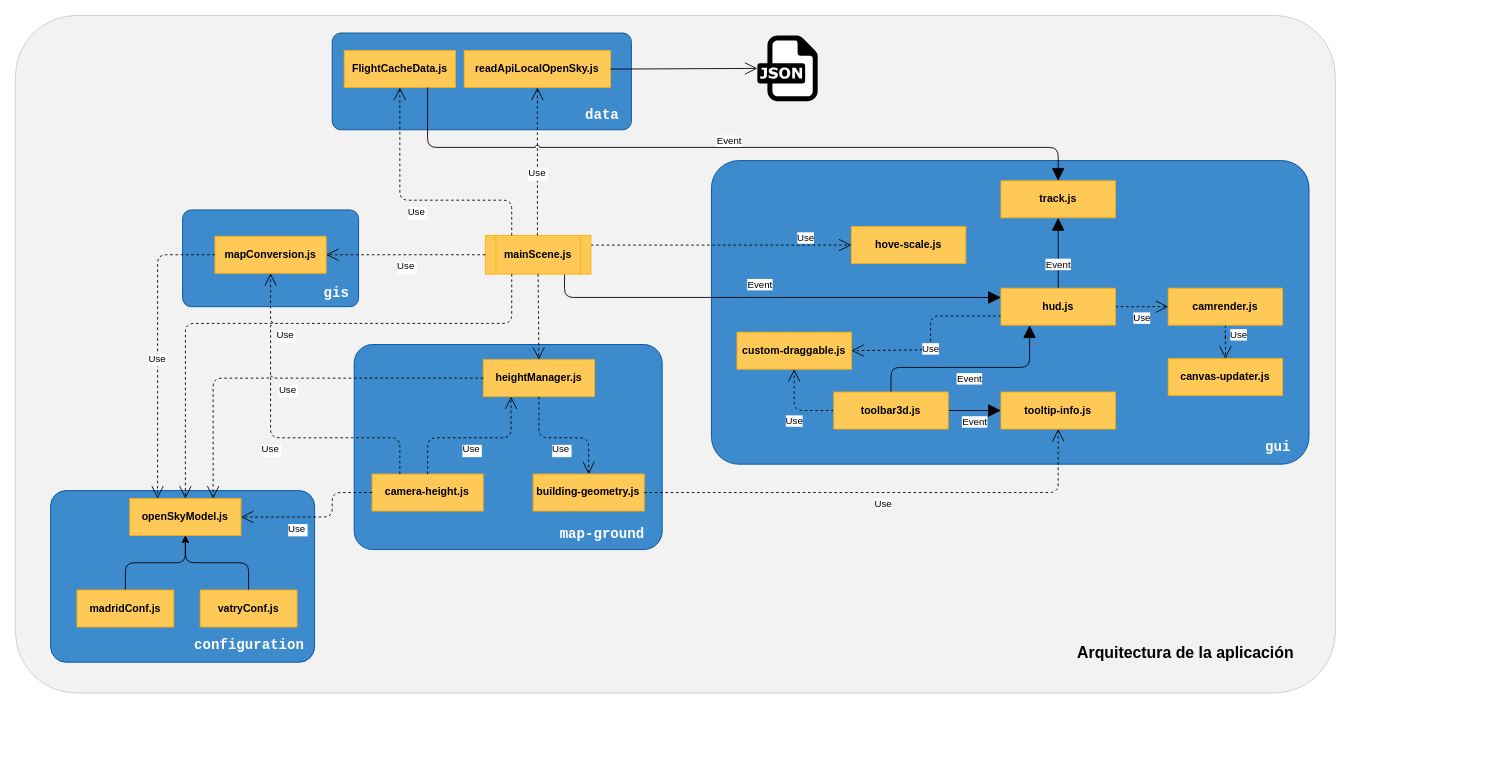
Above: diagrams/Diagrama sin título.drawio in djprano/AFrameTFG (draw.io), before the change. Source tidied: cells renumbered, new cells numbered last; positions are measured from the earlier drawing's top-left corner, leaving out a move shared by most shapes. Both pictures are drawn from the tidied source at 88%, with x=0, y=0 at pixel (15, 15).
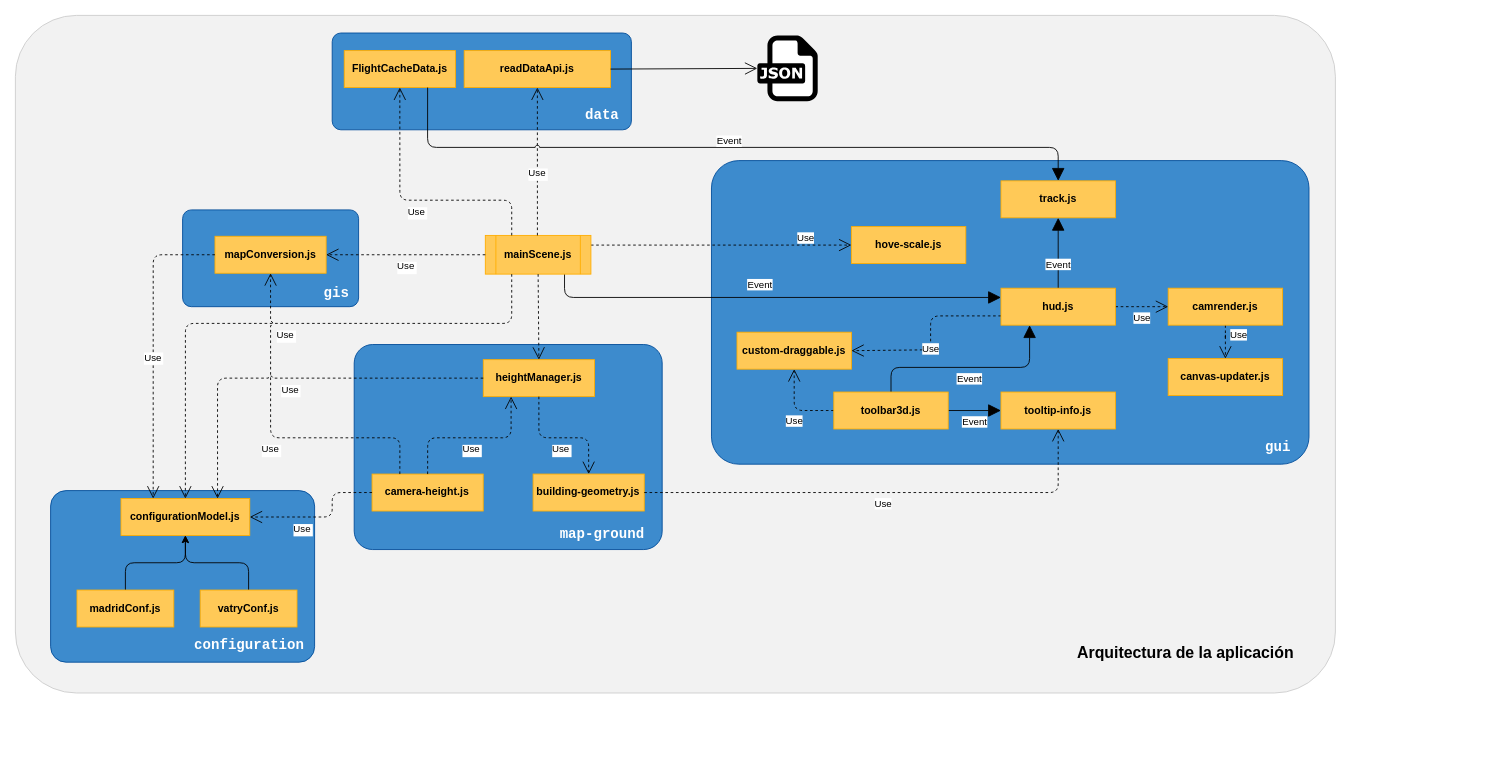
The same diagram, later.

Unchanged cells that the change refers to:
```xml
<mxCell id="10" style="group;" parent="1" vertex="1">
  <mxGeometry x="360" y="20" width="340" height="220" as="geometry" />
</mxCell>
<mxCell id="24" value="mapConversion.js" style="whiteSpace=wrap;html=1;align=center;fillColor=#FFC957;strokeColor=#FFAD00;fontStyle=1;" parent="21" vertex="1">
  <mxGeometry x="36.8" y="30" width="126.3" height="42" as="geometry" />
</mxCell>
<mxCell id="30" value="heightManager.js" style="whiteSpace=wrap;html=1;align=center;fillColor=#FFC957;strokeColor=#FFAD00;fontStyle=1;" parent="26" vertex="1">
  <mxGeometry x="146.7" y="17.2" width="126.3" height="42" as="geometry" />
</mxCell>
```

Diff of the diagram source:
```diff
@@
-    <mxCell id="14" value="readApiLocalOpenSky.js" style="whiteSpace=wrap;html=1;align=center;fillColor=#FFC957;strokeColor=#FFAD00;fontStyle=1;" parent="10" vertex="1">
+    <mxCell id="14" value="readDataApi.js" style="whiteSpace=wrap;html=1;align=center;fillColor=#FFC957;strokeColor=#FFAD00;fontStyle=1;" parent="10" vertex="1">
       <mxGeometry x="150" y="20" width="166.3" height="42" as="geometry" />
     </mxCell>
@@
     <mxCell id="36" value="Use" style="endArrow=open;endSize=12;dashed=1;rounded=1;edgeStyle=orthogonalEdgeStyle;entryX=0.75;entryY=0;entryDx=0;entryDy=0;exitX=0;exitY=0.5;exitDx=0;exitDy=0;jumpStyle=arc;jumpSize=5;fontStyle=0;fontSize=11;labelBackgroundColor=default;labelBorderColor=none;shadow=0;verticalAlign=top;horizontal=1;" parent="1" edge="1" source="30" target="57">
       <mxGeometry relative="1" as="geometry">
         <Array as="points">
-          <mxPoint x="225" y="412" />
+          <mxPoint x="230" y="412" />
+          <mxPoint x="230" y="549" />
         </Array>
       </mxGeometry>
     </mxCell>
     <mxCell id="37" value="Use" style="edgeStyle=orthogonalEdgeStyle;shape=connector;rounded=1;jettySize=auto;exitX=0;exitY=0.5;exitDx=0;exitDy=0;entryX=0.25;entryY=0;entryDx=0;entryDy=0;dashed=1;labelBackgroundColor=default;strokeColor=default;fontFamily=Helvetica;fontSize=11;fontColor=default;endArrow=open;endSize=12;jumpStyle=arc;jumpSize=5;fontStyle=0;labelBorderColor=none;shadow=0;verticalAlign=top;horizontal=1;" parent="1" edge="1" source="24" target="57">
       <mxGeometry relative="1" as="geometry">
         <Array as="points">
-          <mxPoint x="162" y="272" />
+          <mxPoint x="157" y="272" />
+          <mxPoint x="157" y="549" />
         </Array>
       </mxGeometry>
     </mxCell>
@@
-    <mxCell id="57" value="openSkyModel.js" style="whiteSpace=wrap;html=1;align=center;fillColor=#FFC957;strokeColor=#FFAD00;fontStyle=1;" parent="1" vertex="1">
-      <mxGeometry x="130" y="549" width="126.3" height="42" as="geometry" />
+    <mxCell id="57" value="configurationModel.js" style="whiteSpace=wrap;html=1;align=center;fillColor=#FFC957;strokeColor=#FFAD00;fontStyle=1;" parent="1" vertex="1">
+      <mxGeometry x="120" y="549" width="146.3" height="42" as="geometry" />
     </mxCell>
```
